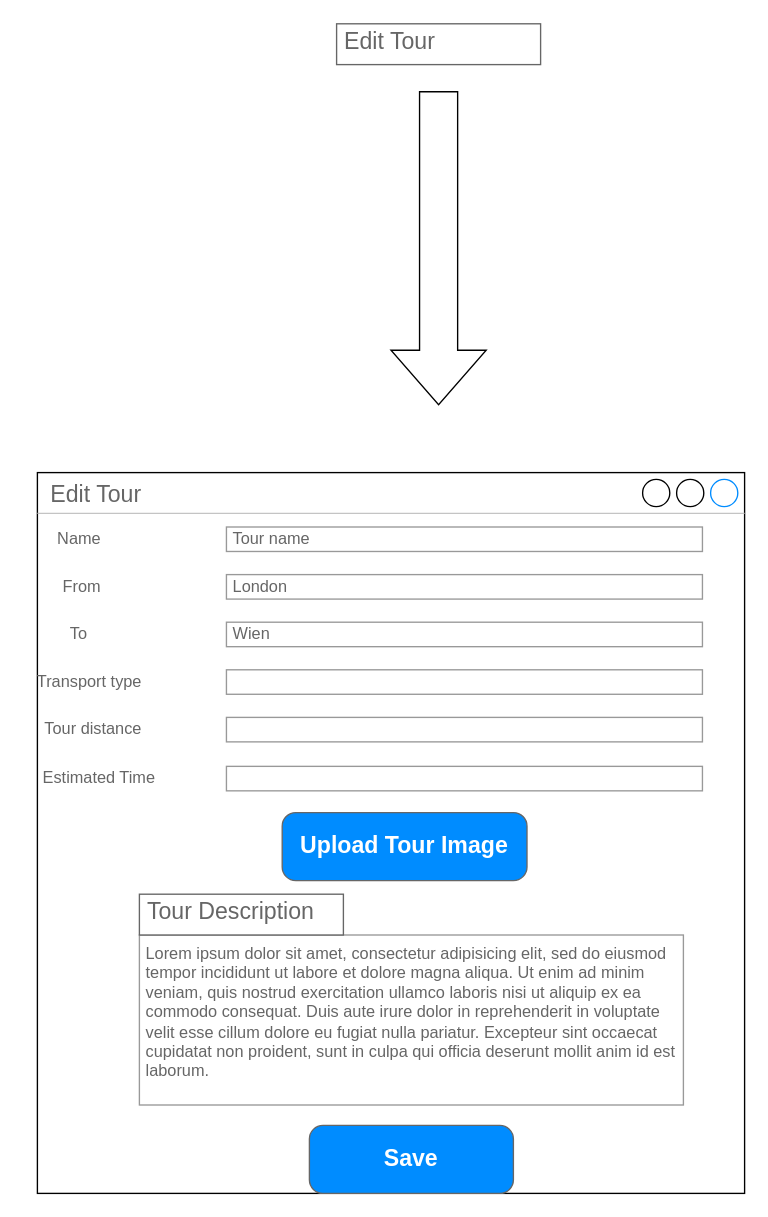
Above: page "Page-3" (3 of 4) of Documents/UI_Wireframes_Tourplanner.drawio in wajudev/TourPlanner (draw.io), before the change. Source tidied: cells renumbered, new cells numbered last; positions are measured from the earlier drawing's top-left corner, leaving out a move shared by most shapes. Both pictures are drawn from the tidied source at 136%, with x=0, y=0 at pixel (23, 23).
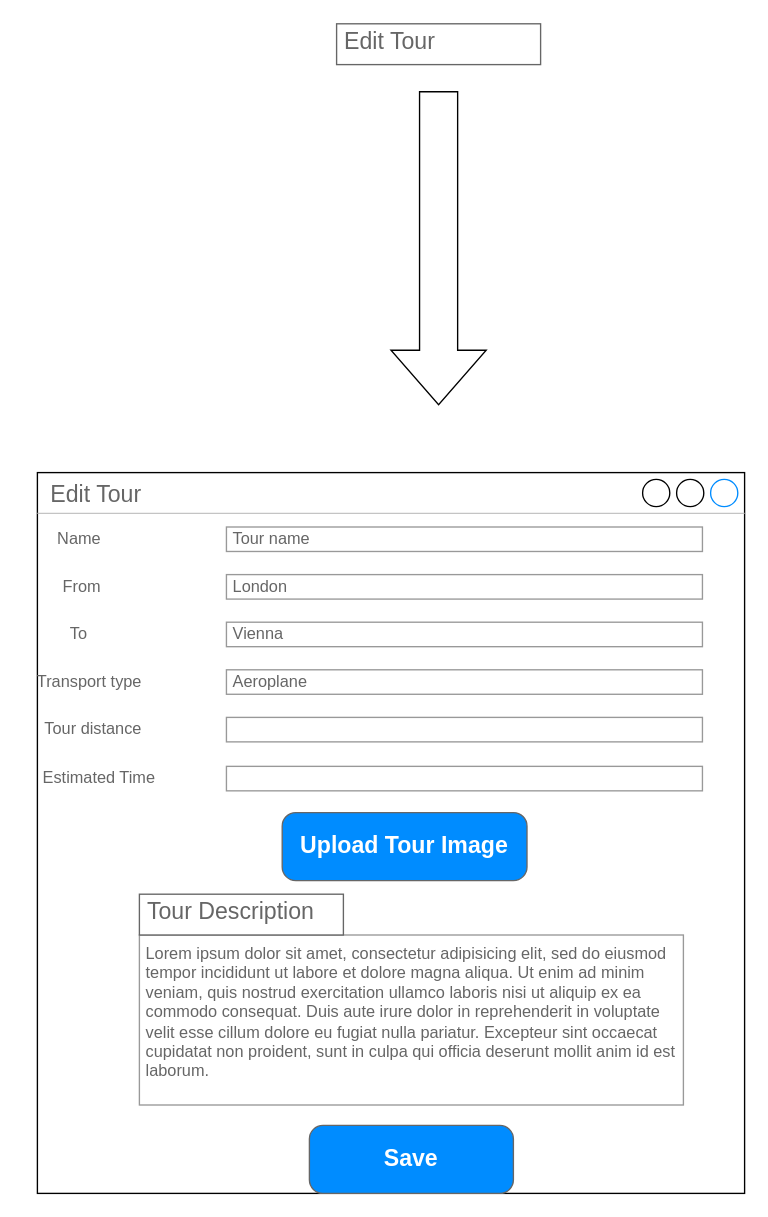
After the change.

What changed in the source:
```diff
@@
-    <mxCell id="8" value="Wien" style="strokeWidth=1;shadow=0;dashed=0;align=center;html=1;shape=mxgraph.mockup.forms.rrect;fillColor=#ffffff;rSize=0;fontColor=#666666;align=left;spacingLeft=3;strokeColor=#999999;" parent="1" vertex="1">
+    <mxCell id="8" value="Vienna" style="strokeWidth=1;shadow=0;dashed=0;align=center;html=1;shape=mxgraph.mockup.forms.rrect;fillColor=#ffffff;rSize=0;fontColor=#666666;align=left;spacingLeft=3;strokeColor=#999999;" parent="1" vertex="1">
       <mxGeometry x="149" y="440" width="350" height="18" as="geometry" />
     </mxCell>
@@
-    <mxCell id="10" style="strokeWidth=1;shadow=0;dashed=0;align=center;html=1;shape=mxgraph.mockup.forms.rrect;fillColor=#ffffff;rSize=0;fontColor=#666666;align=left;spacingLeft=3;strokeColor=#999999;" parent="1" vertex="1">
+    <mxCell id="10" value="Aeroplane" style="strokeWidth=1;shadow=0;dashed=0;align=center;html=1;shape=mxgraph.mockup.forms.rrect;fillColor=#ffffff;rSize=0;fontColor=#666666;align=left;spacingLeft=3;strokeColor=#999999;" parent="1" vertex="1">
       <mxGeometry x="149" y="475" width="350" height="18" as="geometry" />
     </mxCell>
```
